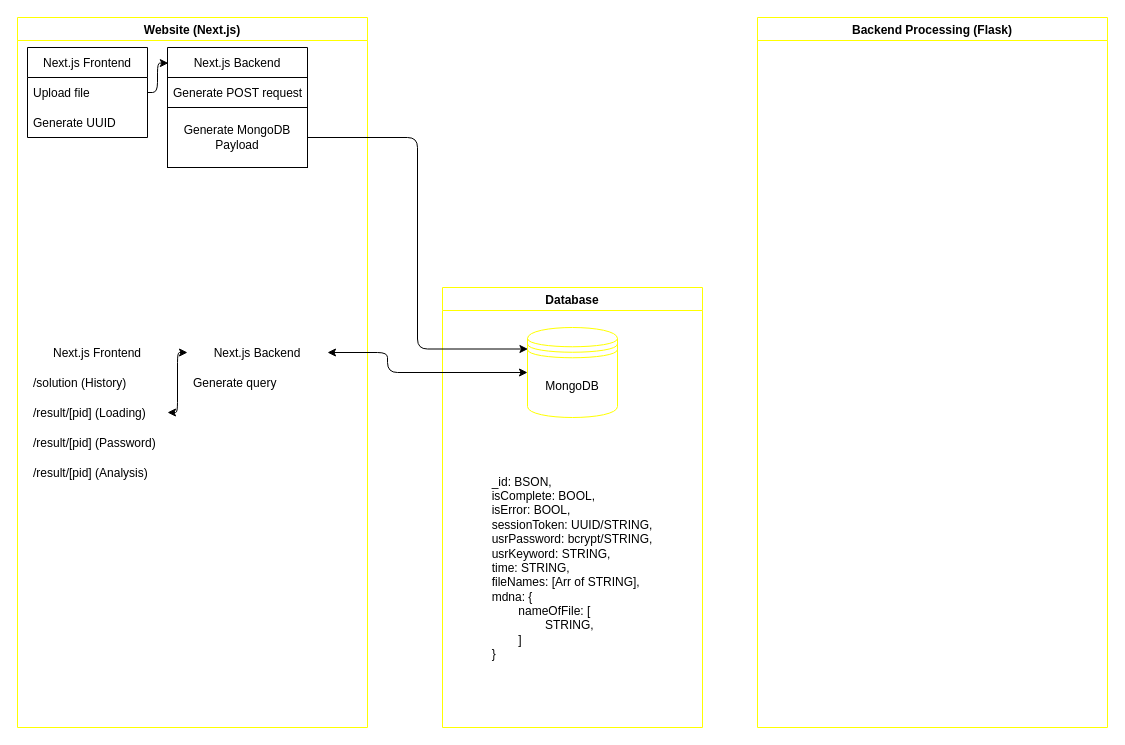
TsienJin/teamHotelTriviaGo keeps this draw.io diagram as page "Diagram" (2 of 2) of tech_breakdown.drawio. Above is the earlier version. Source tidied: cells renumbered, new cells numbered last; positions are measured from the earlier drawing's top-left corner, leaving out a move shared by most shapes. Both pictures are drawn from the tidied source at 100%, with x=0, y=0 at pixel (17, 17).
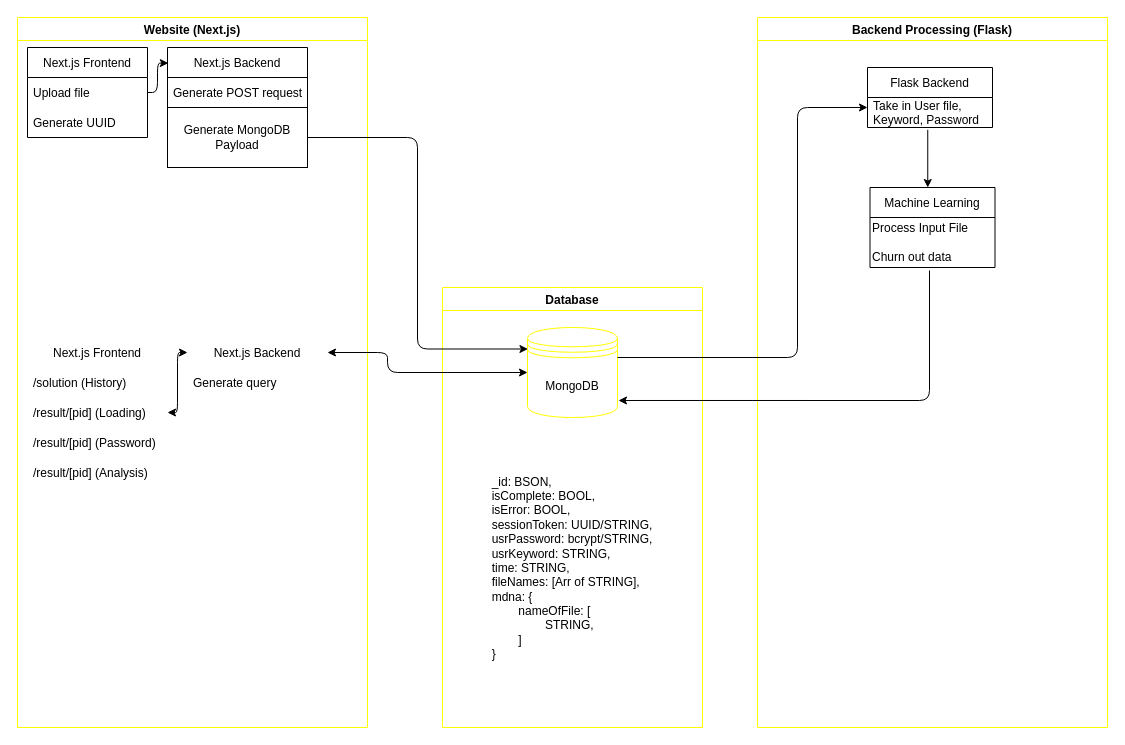
The same diagram, later.

Commit message:
backend diagram

The change refers to these unchanged cells:
```xml
<mxCell id="19" value="MongoDB" style="shape=datastore;whiteSpace=wrap;html=1;rounded=0;labelBorderColor=none;sketch=0;strokeColor=#FFFF00;fillColor=none;" parent="18" vertex="1">
  <mxGeometry x="85" y="40" width="90" height="90" as="geometry" />
</mxCell>
<mxCell id="22" value="Backend Processing (Flask)" style="swimlane;sketch=0;rounded=0;strokeColor=#FFFF00;fillColor=none;" parent="1" vertex="1">
  <mxGeometry x="740" width="350" height="710" as="geometry" />
</mxCell>
```

What changed in the source:
```diff
@@
+    <mxCell id="24" style="edgeStyle=orthogonalEdgeStyle;html=1;fillColor=#FFFFFF;entryX=0;entryY=0.333;entryDx=0;entryDy=0;entryPerimeter=0;" parent="22" edge="1" target="26">
+      <mxGeometry relative="1" as="geometry">
+        <mxPoint x="-140" y="340" as="sourcePoint" />
+        <Array as="points">
+          <mxPoint x="40" y="340" />
+          <mxPoint x="40" y="90" />
+        </Array>
+      </mxGeometry>
+    </mxCell>
+    <mxCell id="25" value="Flask Backend" style="swimlane;fontStyle=0;horizontal=1;startSize=30;" parent="22" vertex="1">
+      <mxGeometry x="110" y="50" width="125" height="60" as="geometry" />
+    </mxCell>
+    <mxCell id="26" value="Take in User file,&#10;Keyword, Password" style="text;strokeColor=none;fillColor=none;align=left;verticalAlign=middle;spacingLeft=4;spacingRight=4;overflow=hidden;points=[[0,0.5],[1,0.5]];portConstraint=eastwest;" parent="25" vertex="1">
+      <mxGeometry y="30" width="125" height="30" as="geometry" />
+    </mxCell>
+    <mxCell id="27" value="Machine Learning" style="swimlane;fontStyle=0;horizontal=1;startSize=30;" parent="22" vertex="1">
+      <mxGeometry x="112.5" y="170" width="125" height="80" as="geometry" />
+    </mxCell>
+    <mxCell id="28" value="Process Input File&lt;br&gt;&lt;br&gt;Churn out data" style="text;html=1;align=left;verticalAlign=middle;points=[];strokeColor=none;fillColor=none;" parent="27" vertex="1">
+      <mxGeometry y="30" width="125" height="50" as="geometry" />
+    </mxCell>
+    <mxCell id="29" style="endArrow=classic;html=1;exitX=0.482;exitY=1.075;exitDx=0;exitDy=0;exitPerimeter=0;entryX=0.462;entryY=0;entryDx=0;entryDy=0;entryPerimeter=0;" parent="22" edge="1" source="26" target="27">
+      <mxGeometry relative="1" as="geometry" />
+    </mxCell>
@@
+    <mxCell id="30" style="endArrow=classic;html=1;exitX=0.476;exitY=1.06;exitDx=0;exitDy=0;exitPerimeter=0;entryX=1.011;entryY=0.811;entryDx=0;entryDy=0;entryPerimeter=0;" parent="1" edge="1" source="28" target="19">
+      <mxGeometry relative="1" as="geometry">
+        <Array as="points">
+          <mxPoint x="912" y="383" />
+        </Array>
+      </mxGeometry>
+    </mxCell>
```
